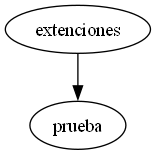
SaMuEl23PaJoC23/proyecto1_EDD_2S_Diciembre keeps this Graphviz diagram as Proyecto1/AVL.png. Above is the earlier version. Its source is kept beside it as Proyecto1/AVL.dot. Its diagram source:
```dot
 digraph G{
NodoAVL0x1b159d6d320[label = "extenciones"]
NodoAVL0x1b159d6d320->NodoAVL0x1b159d6ce10
NodoAVL0x1b159d6ce10[label = "prueba"]
}
```
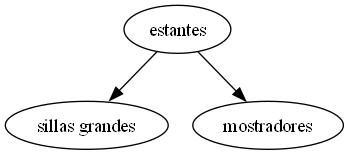
The same diagram one commit later.

Change to the diagram source:
```diff
@@ -1,5 +1,7 @@
  digraph G{
-NodoAVL0x1b159d6d320[label = "extenciones"]
-NodoAVL0x1b159d6d320->NodoAVL0x1b159d6ce10
-NodoAVL0x1b159d6ce10[label = "prueba"]
+NodoAVL0x25c267fd260[label = "estantes"]
+NodoAVL0x25c267fd260->NodoAVL0x25c267fd140
+NodoAVL0x25c267fd260->NodoAVL0x25c267fc840
+NodoAVL0x25c267fd140[label = "sillas grandes"]
+NodoAVL0x25c267fc840[label = "mostradores"]
 }
```
